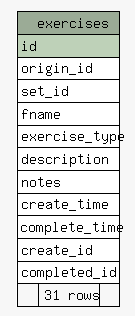
btv/DED_backend keeps this Graphviz diagram as dbDocs/diagrams/summary/exercises.1degree.png. Above is the earlier version. Its source is kept beside it as dbDocs/diagrams/summary/exercises.1degree.dot.
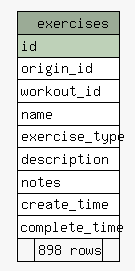
The same file after the commit.

What changed in the source:
```diff
@@ -21,16 +21,14 @@
       <TR><TD COLSPAN="3" BGCOLOR="#9bab96" ALIGN="CENTER">exercises</TD></TR>
       <TR><TD PORT="id" COLSPAN="3" BGCOLOR="#bed1b8" ALIGN="LEFT">id</TD></TR>
       <TR><TD PORT="origin_id" COLSPAN="3" ALIGN="LEFT">origin_id</TD></TR>
-      <TR><TD PORT="set_id" COLSPAN="3" ALIGN="LEFT">set_id</TD></TR>
-      <TR><TD PORT="fname" COLSPAN="3" ALIGN="LEFT">fname</TD></TR>
+      <TR><TD PORT="workout_id" COLSPAN="3" ALIGN="LEFT">workout_id</TD></TR>
+      <TR><TD PORT="name" COLSPAN="3" ALIGN="LEFT">name</TD></TR>
       <TR><TD PORT="exercise_type" COLSPAN="3" ALIGN="LEFT">exercise_type</TD></TR>
       <TR><TD PORT="description" COLSPAN="3" ALIGN="LEFT">description</TD></TR>
       <TR><TD PORT="notes" COLSPAN="3" ALIGN="LEFT">notes</TD></TR>
       <TR><TD PORT="create_time" COLSPAN="3" ALIGN="LEFT">create_time</TD></TR>
       <TR><TD PORT="complete_time" COLSPAN="3" ALIGN="LEFT">complete_time</TD></TR>
-      <TR><TD PORT="create_id" COLSPAN="3" ALIGN="LEFT">create_id</TD></TR>
-      <TR><TD PORT="completed_id" COLSPAN="3" ALIGN="LEFT">completed_id</TD></TR>
-      <TR><TD ALIGN="LEFT" BGCOLOR="#f7f7f7">  </TD><TD ALIGN="RIGHT" BGCOLOR="#f7f7f7">31 rows</TD><TD ALIGN="RIGHT" BGCOLOR="#f7f7f7">  </TD></TR>
+      <TR><TD ALIGN="LEFT" BGCOLOR="#f7f7f7">  </TD><TD ALIGN="RIGHT" BGCOLOR="#f7f7f7">898 rows</TD><TD ALIGN="RIGHT" BGCOLOR="#f7f7f7">  </TD></TR>
     </TABLE>>
     URL="tables/exercises.html"
     tooltip="exercises"
```
